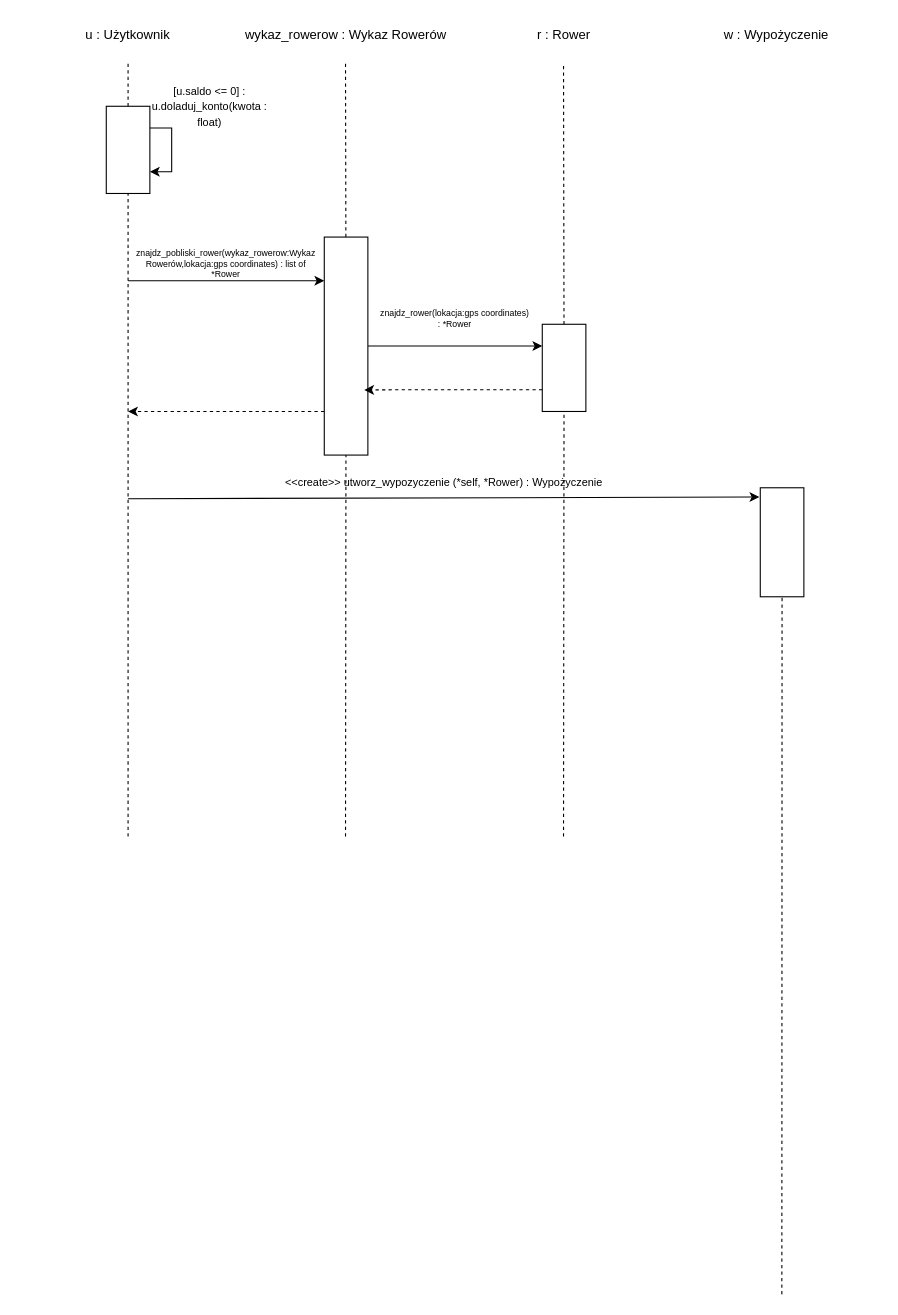
Before: DiagramPrzebiegu.drawio in KarolinaPiechowicz05/2024-12-31, a draw.io diagram. Source tidied: cells renumbered, new cells numbered last; positions are measured from the earlier drawing's top-left corner, leaving out a move shared by most shapes. Both pictures are drawn from the tidied source at 109%, with x=0, y=0 at pixel (19, 19).
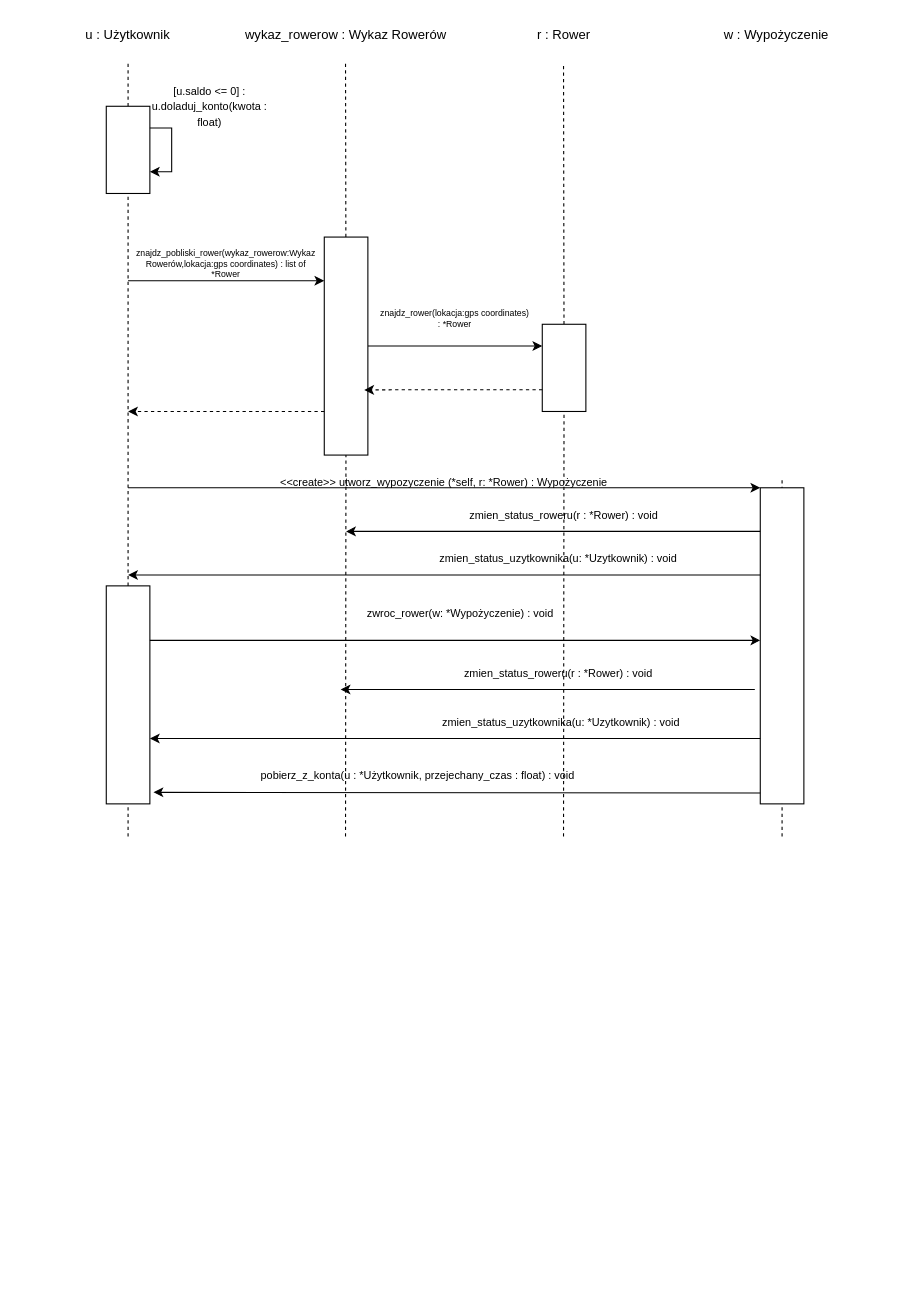
After the change.

The change refers to these unchanged cells:
```xml
<mxCell id="11" style="rounded=0;whiteSpace=wrap;html=1;" parent="1" vertex="1">
  <mxGeometry x="80" y="80" width="40" height="80" as="geometry" />
</mxCell>
```

Change to the diagram source:
```diff
@@
-    <mxCell id="10" style="endArrow=none;dashed=1;html=1;rounded=0;" parent="1" edge="1" target="11">
-      <mxGeometry relative="1" as="geometry">
-        <mxPoint x="100" y="750" as="sourcePoint" />
-      </mxGeometry>
+    <mxCell id="10" style="endArrow=none;dashed=1;html=1;rounded=0;" parent="1" edge="1" source="33" target="11">
+      <mxGeometry relative="1" as="geometry" />
     </mxCell>
@@
-    <mxCell id="24" style="endArrow=classic;html=1;rounded=0;entryX=-0.021;entryY=0.085;entryDx=0;entryDy=0;entryPerimeter=0;" parent="1" edge="1" target="27">
+    <mxCell id="24" style="endArrow=classic;html=1;rounded=0;entryX=0;entryY=0;entryDx=0;entryDy=0;" parent="1" edge="1" target="27">
       <mxGeometry relative="1" as="geometry">
-        <mxPoint x="100" y="440" as="sourcePoint" />
+        <mxPoint x="100" y="430" as="sourcePoint" />
       </mxGeometry>
     </mxCell>
-    <mxCell id="25" value="&amp;lt;&amp;lt;create&amp;gt;&amp;gt; utworz_wypozyczenie (*self, *Rower) : Wypożyczenie" style="text;html=1;align=center;verticalAlign=middle;whiteSpace=wrap;rounded=0;fontSize=10;" parent="1" vertex="1">
+    <mxCell id="25" value="&amp;lt;&amp;lt;create&amp;gt;&amp;gt; utworz_wypozyczenie (*self, r: *Rower) : Wypożyczenie" style="text;html=1;align=center;verticalAlign=middle;whiteSpace=wrap;rounded=0;fontSize=10;" parent="1" vertex="1">
       <mxGeometry x="110" y="410" width="560" height="30" as="geometry" />
     </mxCell>
-    <mxCell id="26" style="endArrow=none;dashed=1;html=1;rounded=0;" parent="1" edge="1" target="27">
+    <mxCell id="26" style="endArrow=none;dashed=1;html=1;rounded=0;" parent="1" edge="1">
       <mxGeometry relative="1" as="geometry">
-        <mxPoint x="699.8" y="1170" as="sourcePoint" />
+        <mxPoint x="700" y="750" as="sourcePoint" />
+        <mxPoint x="700" y="420" as="targetPoint" />
       </mxGeometry>
     </mxCell>
     <mxCell id="27" style="rounded=0;whiteSpace=wrap;html=1;" parent="1" vertex="1">
-      <mxGeometry x="680" y="430" width="40" height="100" as="geometry" />
+      <mxGeometry x="680" y="430" width="40" height="290" as="geometry" />
     </mxCell>
+    <mxCell id="28" style="endArrow=classic;html=1;rounded=0;exitX=0;exitY=0.5;exitDx=0;exitDy=0;" parent="1" edge="1">
+      <mxGeometry relative="1" as="geometry">
+        <mxPoint x="680" y="470" as="sourcePoint" />
+        <mxPoint x="300" y="470" as="targetPoint" />
+      </mxGeometry>
+    </mxCell>
+    <mxCell id="29" style="endArrow=classic;html=1;rounded=0;" parent="1" edge="1">
+      <mxGeometry relative="1" as="geometry">
+        <mxPoint x="680" y="510" as="sourcePoint" />
+        <mxPoint x="100" y="510" as="targetPoint" />
+      </mxGeometry>
+    </mxCell>
+    <mxCell id="30" value="zmien_status_roweru(r : *Rower) : void" style="text;html=1;align=center;verticalAlign=middle;whiteSpace=wrap;rounded=0;fontSize=10;" parent="1" vertex="1">
+      <mxGeometry x="315" y="440" width="370" height="30" as="geometry" />
+    </mxCell>
+    <mxCell id="31" value="zmien_status_uzytkownika(u: *Uzytkownik) : void" style="text;html=1;align=center;verticalAlign=middle;whiteSpace=wrap;rounded=0;fontSize=10;" parent="1" vertex="1">
+      <mxGeometry x="310" y="480" width="370" height="30" as="geometry" />
+    </mxCell>
+    <mxCell id="32" style="endArrow=none;dashed=1;html=1;rounded=0;" parent="1" edge="1" target="33">
+      <mxGeometry relative="1" as="geometry">
+        <mxPoint x="100" y="750" as="sourcePoint" />
+      </mxGeometry>
+    </mxCell>
+    <mxCell id="33" style="rounded=0;whiteSpace=wrap;html=1;" parent="1" vertex="1">
+      <mxGeometry x="80" y="520" width="40" height="200" as="geometry" />
+    </mxCell>
+    <mxCell id="34" style="endArrow=classic;html=1;rounded=0;" parent="1" edge="1">
+      <mxGeometry relative="1" as="geometry">
+        <mxPoint x="120" y="570" as="sourcePoint" />
+        <mxPoint x="680" y="570" as="targetPoint" />
+      </mxGeometry>
+    </mxCell>
+    <mxCell id="35" value="zwroc_rower(w: *Wypożyczenie) : void" style="text;html=1;align=center;verticalAlign=middle;whiteSpace=wrap;rounded=0;fontSize=10;" parent="1" vertex="1">
+      <mxGeometry x="125" y="530" width="560" height="30" as="geometry" />
+    </mxCell>
+    <mxCell id="36" style="endArrow=classic;html=1;rounded=0;exitX=0;exitY=0.5;exitDx=0;exitDy=0;" parent="1" edge="1">
+      <mxGeometry relative="1" as="geometry">
+        <mxPoint x="675" y="615" as="sourcePoint" />
+        <mxPoint x="295" y="615" as="targetPoint" />
+      </mxGeometry>
+    </mxCell>
+    <mxCell id="37" value="zmien_status_roweru(r : *Rower) : void" style="text;html=1;align=center;verticalAlign=middle;whiteSpace=wrap;rounded=0;fontSize=10;" parent="1" vertex="1">
+      <mxGeometry x="310" y="585" width="370" height="30" as="geometry" />
+    </mxCell>
+    <mxCell id="38" style="endArrow=classic;html=1;rounded=0;exitX=1;exitY=1;exitDx=0;exitDy=0;" parent="1" edge="1" source="39">
+      <mxGeometry relative="1" as="geometry">
+        <mxPoint x="120" y="660" as="targetPoint" />
+      </mxGeometry>
+    </mxCell>
+    <mxCell id="39" value="zmien_status_uzytkownika(u: *Uzytkownik) : void" style="text;html=1;align=center;verticalAlign=middle;whiteSpace=wrap;rounded=0;fontSize=10;" parent="1" vertex="1">
+      <mxGeometry x="315" y="630" width="365" height="30" as="geometry" />
+    </mxCell>
+    <mxCell id="40" style="endArrow=classic;html=1;rounded=0;entryX=1.083;entryY=0.947;entryDx=0;entryDy=0;entryPerimeter=0;" parent="1" edge="1" target="33">
+      <mxGeometry relative="1" as="geometry">
+        <mxPoint x="680" y="710" as="sourcePoint" />
+      </mxGeometry>
+    </mxCell>
+    <mxCell id="41" value="&lt;font style=&quot;font-size: 10px;&quot;&gt;pobierz_z_konta(u : *Użytkownik, przejechany_czas : float) : void&lt;/font&gt;" style="text;whiteSpace=wrap;html=1;" parent="1" vertex="1">
+      <mxGeometry x="220" y="680" width="420" height="30" as="geometry" />
+    </mxCell>
```
